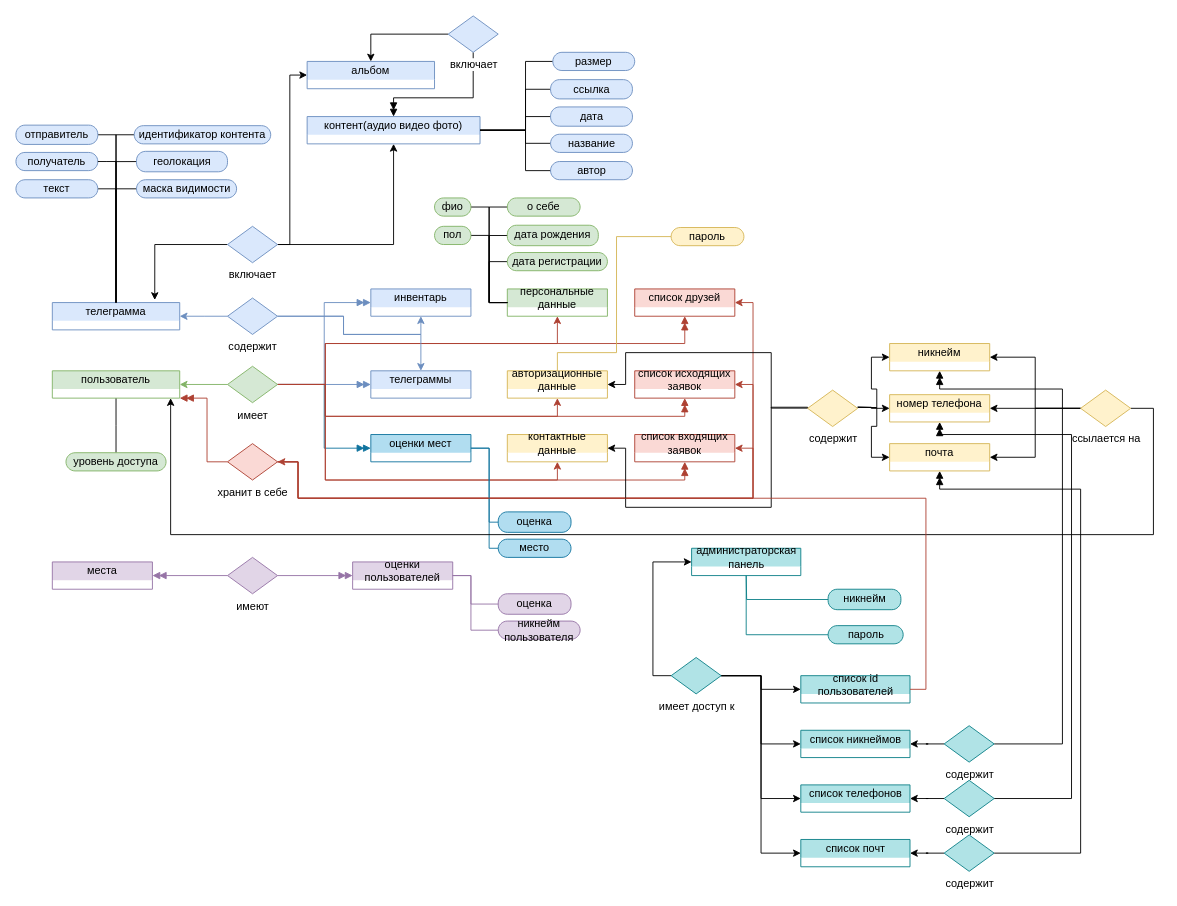
This is project.drawio from vadisflyer/katacoda-scenarios, a draw.io file, before an edit. Source tidied: cells renumbered, new cells numbered last; positions are measured from the earlier drawing's top-left corner, leaving out a move shared by most shapes. Both pictures are drawn from the tidied source at 91%, with x=0, y=0 at pixel (15, 15).
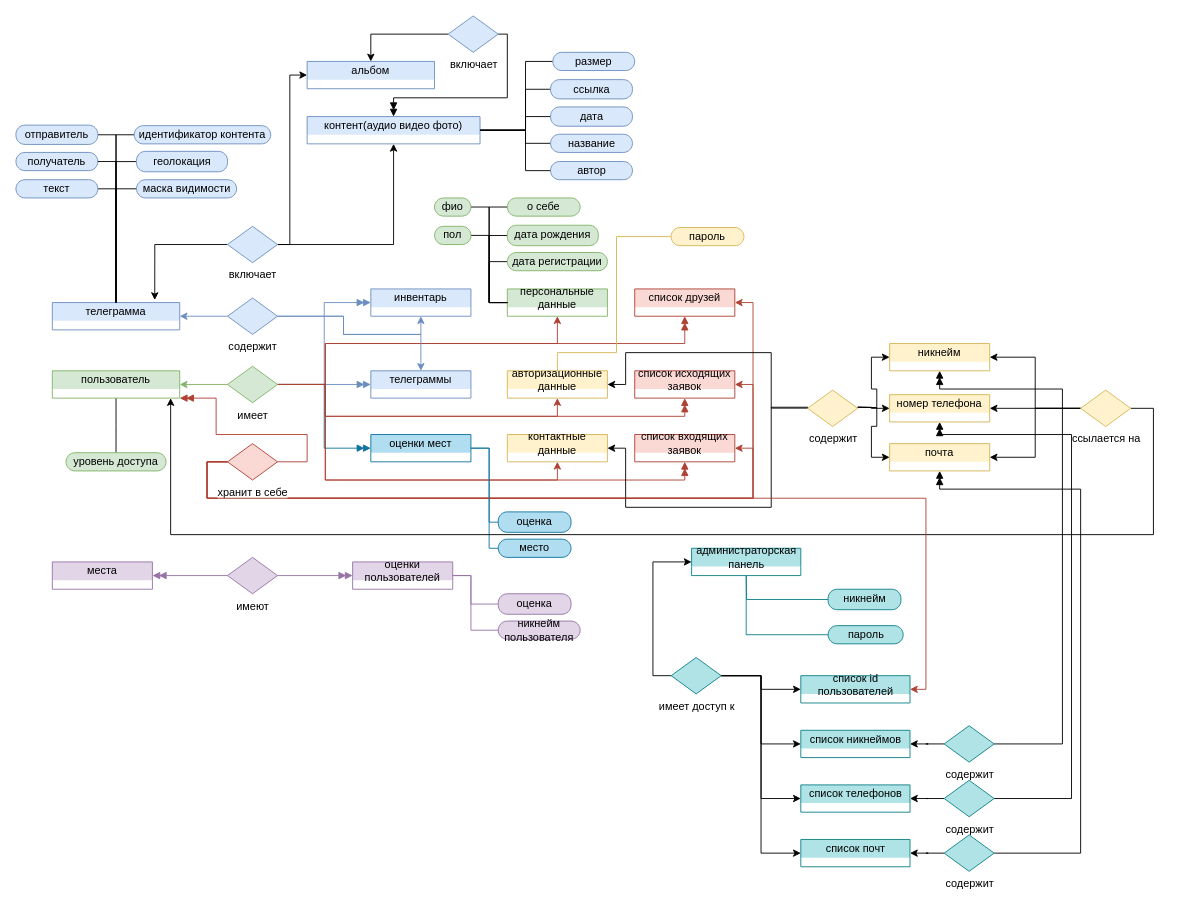
Above is the later version.

The change refers to these unchanged cells:
```xml
<mxCell id="3" value="пользователь" style="swimlane;html=1;startSize=20;fontStyle=0;horizontal=1;swimlaneLine=0;fillColor=#d5e8d4;whiteSpace=wrap;strokeColor=#82b366;" parent="1" vertex="1">
  <mxGeometry x="40" y="390" width="140" height="30" as="geometry" />
</mxCell>
<mxCell id="11" value="список исходящих заявок" style="swimlane;html=1;startSize=20;fontStyle=0;horizontal=1;swimlaneLine=0;fillColor=#fad9d5;whiteSpace=wrap;strokeColor=#ae4132;" parent="1" vertex="1">
  <mxGeometry x="680" y="390" width="110" height="30" as="geometry" />
</mxCell>
<mxCell id="13" value="список входящих заявок" style="swimlane;html=1;startSize=20;fontStyle=0;horizontal=1;swimlaneLine=0;fillColor=#fad9d5;whiteSpace=wrap;strokeColor=#ae4132;" parent="1" vertex="1">
  <mxGeometry x="680" y="460" width="110" height="30" as="geometry" />
</mxCell>
<mxCell id="15" value="список друзей" style="swimlane;html=1;startSize=20;fontStyle=0;horizontal=1;swimlaneLine=0;fillColor=#fad9d5;whiteSpace=wrap;strokeColor=#ae4132;" parent="1" vertex="1">
  <mxGeometry x="680" y="300" width="110" height="30" as="geometry" />
</mxCell>
<mxCell id="75" value="хранит в себе" style="points=[[0.25,0.25,0],[0.5,0,0],[0.75,0.25,0],[1,0.5,0],[0.75,0.75,0],[0.5,1,0],[0.25,0.75,0],[0,0.5,0]];shape=mxgraph.bpmn.gateway2;html=1;verticalLabelPosition=bottom;labelBackgroundColor=#ffffff;verticalAlign=top;align=center;perimeter=rhombusPerimeter;outlineConnect=0;outline=none;symbol=none;fillColor=#fad9d5;strokeColor=#ae4132;" parent="1" vertex="1">
  <mxGeometry x="232.5" y="470" width="55" height="40" as="geometry" />
</mxCell>
<mxCell id="82" value="контент(аудио видео фото)" style="swimlane;html=1;startSize=20;fontStyle=0;horizontal=1;swimlaneLine=0;fillColor=#dae8fc;whiteSpace=wrap;strokeColor=#6c8ebf;" parent="1" vertex="1">
  <mxGeometry x="320" y="110.6" width="190" height="30" as="geometry" />
</mxCell>
<mxCell id="96" value="включает" style="points=[[0.25,0.25,0],[0.5,0,0],[0.75,0.25,0],[1,0.5,0],[0.75,0.75,0],[0.5,1,0],[0.25,0.75,0],[0,0.5,0]];shape=mxgraph.bpmn.gateway2;html=1;verticalLabelPosition=bottom;labelBackgroundColor=#ffffff;verticalAlign=top;align=center;perimeter=rhombusPerimeter;outlineConnect=0;outline=none;symbol=none;fillColor=#dae8fc;strokeColor=#6c8ebf;" parent="1" vertex="1">
  <mxGeometry x="475" width="55" height="40" as="geometry" />
</mxCell>
<mxCell id="103" value="список id пользователей" style="swimlane;html=1;startSize=20;fontStyle=0;horizontal=1;swimlaneLine=0;fillColor=#b0e3e6;whiteSpace=wrap;strokeColor=#0e8088;" parent="1" vertex="1">
  <mxGeometry x="862.5" y="725" width="120" height="30" as="geometry" />
</mxCell>
```

What changed in the source:
```diff
@@
-    <mxCell id="10" style="edgeStyle=orthogonalEdgeStyle;rounded=0;jettySize=auto;html=1;entryX=1;entryY=0.5;entryDx=0;entryDy=0;entryPerimeter=0;endArrow=none;endFill=0;startArrow=classic;startFill=1;fillColor=#fad9d5;strokeColor=#ae4132;" parent="1" edge="1" source="11" target="75">
+    <mxCell id="10" style="edgeStyle=orthogonalEdgeStyle;rounded=0;jettySize=auto;html=1;entryX=0;entryY=0.5;entryDx=0;entryDy=0;entryPerimeter=0;endArrow=none;endFill=0;startArrow=classic;startFill=1;fillColor=#fad9d5;strokeColor=#ae4132;" parent="1" edge="1" source="11" target="75">
       <mxGeometry relative="1" as="geometry">
         <Array as="points">
           <mxPoint x="810" y="405" />
           <mxPoint x="810" y="530" />
-          <mxPoint x="310" y="530" />
-          <mxPoint x="310" y="490" />
+          <mxPoint x="210" y="530" />
+          <mxPoint x="210" y="490" />
         </Array>
       </mxGeometry>
     </mxCell>
@@
-    <mxCell id="12" style="edgeStyle=orthogonalEdgeStyle;rounded=0;jettySize=auto;html=1;entryX=1;entryY=0.5;entryDx=0;entryDy=0;entryPerimeter=0;endArrow=none;endFill=0;startArrow=classic;startFill=1;fillColor=#fad9d5;strokeColor=#ae4132;" parent="1" edge="1" source="13" target="75">
+    <mxCell id="12" style="edgeStyle=orthogonalEdgeStyle;rounded=0;jettySize=auto;html=1;entryX=0;entryY=0.5;entryDx=0;entryDy=0;entryPerimeter=0;endArrow=none;endFill=0;startArrow=classic;startFill=1;fillColor=#fad9d5;strokeColor=#ae4132;" parent="1" edge="1" source="13" target="75">
       <mxGeometry relative="1" as="geometry">
         <Array as="points">
           <mxPoint x="810" y="475" />
           <mxPoint x="810" y="530" />
-          <mxPoint x="310" y="530" />
-          <mxPoint x="310" y="490" />
+          <mxPoint x="210" y="530" />
+          <mxPoint x="210" y="490" />
         </Array>
       </mxGeometry>
     </mxCell>
@@
-    <mxCell id="14" style="edgeStyle=orthogonalEdgeStyle;rounded=0;jettySize=auto;html=1;entryX=1;entryY=0.5;entryDx=0;entryDy=0;entryPerimeter=0;endArrow=none;endFill=0;startArrow=classic;startFill=1;fillColor=#fad9d5;strokeColor=#ae4132;" parent="1" edge="1" source="15" target="75">
+    <mxCell id="14" style="edgeStyle=orthogonalEdgeStyle;rounded=0;jettySize=auto;html=1;entryX=0;entryY=0.5;entryDx=0;entryDy=0;entryPerimeter=0;endArrow=none;endFill=0;startArrow=classic;startFill=1;fillColor=#fad9d5;strokeColor=#ae4132;" parent="1" edge="1" source="15" target="75">
       <mxGeometry relative="1" as="geometry">
         <Array as="points">
           <mxPoint x="810" y="315" />
           <mxPoint x="810" y="530" />
-          <mxPoint x="310" y="530" />
-          <mxPoint x="310" y="490" />
+          <mxPoint x="210" y="530" />
+          <mxPoint x="210" y="490" />
         </Array>
       </mxGeometry>
     </mxCell>
@@
-    <mxCell id="74" style="edgeStyle=orthogonalEdgeStyle;rounded=0;jettySize=auto;html=1;entryX=1;entryY=1;entryDx=0;entryDy=0;fillColor=#fad9d5;strokeColor=#ae4132;endArrow=doubleBlock;endFill=1;" parent="1" edge="1" source="75" target="3">
+    <mxCell id="74" style="edgeStyle=orthogonalEdgeStyle;rounded=0;jettySize=auto;html=1;entryX=1;entryY=1;entryDx=0;entryDy=0;fillColor=#fad9d5;strokeColor=#ae4132;endArrow=doubleBlock;endFill=1;exitX=1;exitY=0.5;exitDx=0;exitDy=0;exitPerimeter=0;" parent="1" edge="1" source="75" target="3">
       <mxGeometry relative="1" as="geometry">
         <Array as="points">
-          <mxPoint x="210" y="490" />
-          <mxPoint x="210" y="420" />
+          <mxPoint x="320" y="490" />
+          <mxPoint x="320" y="460" />
+          <mxPoint x="220" y="460" />
+          <mxPoint x="220" y="420" />
         </Array>
       </mxGeometry>
     </mxCell>
@@
-    <mxCell id="94" style="edgeStyle=orthogonalEdgeStyle;rounded=0;jettySize=auto;html=1;entryX=0.5;entryY=0;entryDx=0;entryDy=0;endArrow=doubleBlock;endFill=1;" parent="1" edge="1" source="96" target="82">
+    <mxCell id="94" style="edgeStyle=orthogonalEdgeStyle;rounded=0;jettySize=auto;html=1;entryX=0.5;entryY=0;entryDx=0;entryDy=0;endArrow=doubleBlock;endFill=1;exitX=1;exitY=0.5;exitDx=0;exitDy=0;exitPerimeter=0;" parent="1" edge="1" source="96" target="82">
       <mxGeometry relative="1" as="geometry">
         <Array as="points">
-          <mxPoint x="503" y="90" />
+          <mxPoint x="540" y="20" />
+          <mxPoint x="540" y="90" />
           <mxPoint x="415" y="90" />
         </Array>
       </mxGeometry>
     </mxCell>
@@
-    <mxCell id="120" style="edgeStyle=orthogonalEdgeStyle;rounded=0;jettySize=auto;html=1;entryX=1;entryY=0.5;entryDx=0;entryDy=0;exitX=1;exitY=0.5;exitDx=0;exitDy=0;entryPerimeter=0;fillColor=#fad9d5;strokeColor=#ae4132;" parent="1" edge="1" source="103" target="75">
+    <mxCell id="120" style="edgeStyle=orthogonalEdgeStyle;rounded=0;jettySize=auto;html=1;entryX=0;entryY=0.5;entryDx=0;entryDy=0;exitX=1;exitY=0.5;exitDx=0;exitDy=0;entryPerimeter=0;fillColor=#fad9d5;strokeColor=#ae4132;endArrow=none;endFill=0;startArrow=classic;startFill=1;" parent="1" edge="1" source="103" target="75">
       <mxGeometry relative="1" as="geometry">
         <Array as="points">
           <mxPoint x="1000" y="740" />
           <mxPoint x="1000" y="530" />
-          <mxPoint x="310" y="530" />
-          <mxPoint x="310" y="490" />
+          <mxPoint x="210" y="530" />
+          <mxPoint x="210" y="490" />
         </Array>
       </mxGeometry>
     </mxCell>
```
